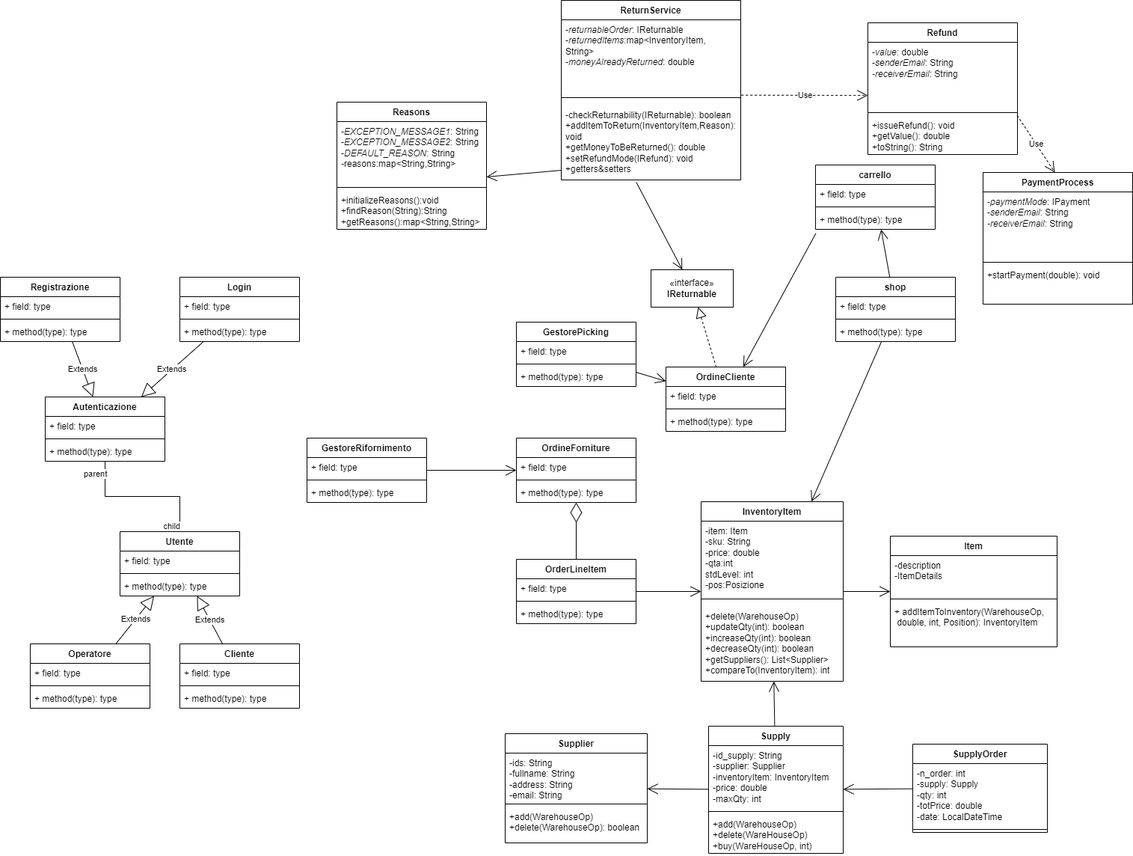
This is doc/Diagramma delle classi/Diagramma delle classi _iterazione2_.png from IngSW-unipv/Progetto-J24, a draw.io export, as it was before one commit. Source tidied: cells renumbered, new cells last; positions are measured from the earlier drawing's top-left corner, leaving out a move shared by most shapes.
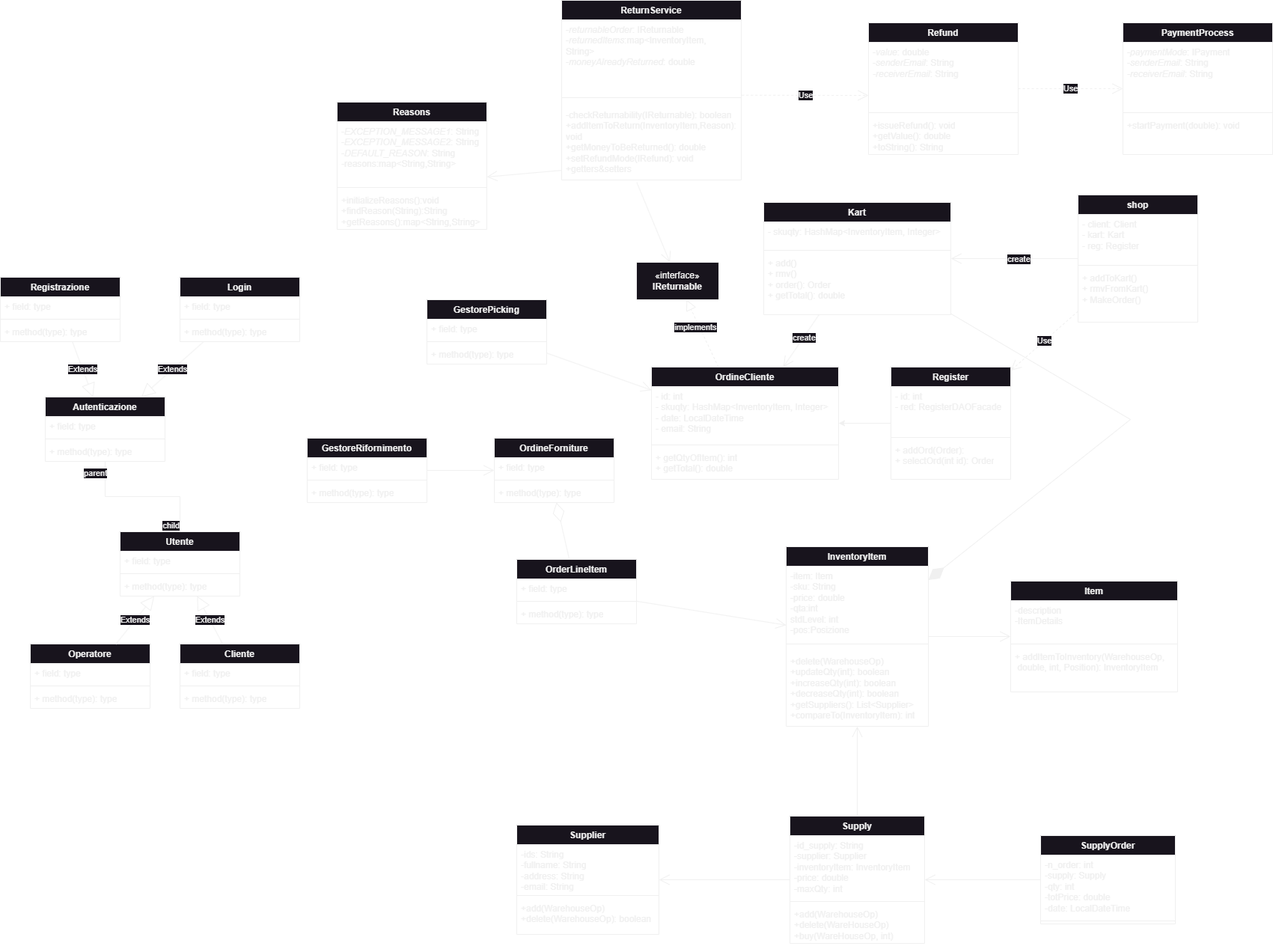
The same diagram one commit later.

The edit, as a diff of the source:
```diff
@@ -3,7 +3,7 @@
     <mxCell id="0" />
     <mxCell id="1" parent="0" />
     <mxCell id="2" value="Supplier" style="swimlane;fontStyle=1;align=center;verticalAlign=top;horizontal=1;startSize=26;whiteSpace=wrap;html=1;" parent="1" vertex="1">
-      <mxGeometry x="675" y="980" width="190" height="146" as="geometry" />
+      <mxGeometry x="690" y="1102" width="190" height="146" as="geometry" />
     </mxCell>
     <mxCell id="3" value="-ids: String&lt;div&gt;-fullname: String&lt;/div&gt;&lt;div&gt;-address: String&lt;/div&gt;&lt;div&gt;-email: String&lt;/div&gt;" style="text;strokeColor=none;fillColor=none;align=left;verticalAlign=top;spacingLeft=4;spacingRight=4;overflow=hidden;whiteSpace=wrap;html=1;" parent="2" vertex="1">
       <mxGeometry y="26" width="190" height="64" as="geometry" />
@@ -15,7 +15,7 @@
       <mxGeometry y="98" width="190" height="48" as="geometry" />
     </mxCell>
     <mxCell id="6" value="OrdineForniture" style="swimlane;fontStyle=1;align=center;verticalAlign=top;horizontal=1;startSize=26;whiteSpace=wrap;html=1;" parent="1" vertex="1">
-      <mxGeometry x="690" y="585" width="160" height="86" as="geometry" />
+      <mxGeometry x="660" y="585" width="160" height="86" as="geometry" />
     </mxCell>
     <mxCell id="7" value="+ field: type" style="text;strokeColor=none;fillColor=none;align=left;verticalAlign=top;spacingLeft=4;spacingRight=4;overflow=hidden;whiteSpace=wrap;html=1;" parent="6" vertex="1">
       <mxGeometry y="26" width="160" height="26" as="geometry" />
@@ -27,7 +27,7 @@
       <mxGeometry y="60" width="160" height="26" as="geometry" />
     </mxCell>
     <mxCell id="10" value="Item" style="swimlane;fontStyle=1;align=center;verticalAlign=top;horizontal=1;startSize=26;whiteSpace=wrap;html=1;" parent="1" vertex="1">
-      <mxGeometry x="1190" y="716" width="223" height="148" as="geometry" />
+      <mxGeometry x="1350" y="776" width="223" height="148" as="geometry" />
     </mxCell>
     <mxCell id="11" value="-description&lt;div&gt;-ItemDetails&lt;/div&gt;" style="text;strokeColor=none;fillColor=none;align=left;verticalAlign=top;spacingLeft=4;spacingRight=4;overflow=hidden;whiteSpace=wrap;html=1;" parent="10" vertex="1">
       <mxGeometry y="26" width="223" height="54" as="geometry" />
@@ -69,7 +69,7 @@
       <mxGeometry y="60" width="160" height="26" as="geometry" />
     </mxCell>
     <mxCell id="24" value="InventoryItem" style="swimlane;fontStyle=1;align=center;verticalAlign=top;horizontal=1;startSize=26;whiteSpace=wrap;html=1;" parent="1" vertex="1">
-      <mxGeometry x="937" y="670" width="190" height="240" as="geometry" />
+      <mxGeometry x="1050" y="730" width="190" height="240" as="geometry" />
     </mxCell>
     <mxCell id="25" value="-item: Item&lt;div&gt;-sku: String&lt;/div&gt;&lt;div&gt;-price: double&lt;br&gt;&lt;div&gt;-qta:int&lt;/div&gt;&lt;div&gt;stdLevel: int&lt;/div&gt;&lt;div&gt;-pos:Posizione&lt;/div&gt;&lt;div&gt;&lt;br&gt;&lt;/div&gt;&lt;div&gt;&lt;br&gt;&lt;/div&gt;&lt;/div&gt;" style="text;strokeColor=none;fillColor=none;align=left;verticalAlign=top;spacingLeft=4;spacingRight=4;overflow=hidden;whiteSpace=wrap;html=1;" parent="24" vertex="1">
       <mxGeometry y="26" width="190" height="94" as="geometry" />
@@ -84,52 +84,57 @@
       <mxGeometry relative="1" as="geometry" />
     </mxCell>
     <mxCell id="29" value="shop" style="swimlane;fontStyle=1;align=center;verticalAlign=top;horizontal=1;startSize=26;whiteSpace=wrap;html=1;" parent="1" vertex="1">
-      <mxGeometry x="1117" y="370" width="160" height="86" as="geometry" />
+      <mxGeometry x="1440" y="260" width="160" height="170" as="geometry" />
     </mxCell>
-    <mxCell id="30" value="+ field: type" style="text;strokeColor=none;fillColor=none;align=left;verticalAlign=top;spacingLeft=4;spacingRight=4;overflow=hidden;whiteSpace=wrap;html=1;" parent="29" vertex="1">
-      <mxGeometry y="26" width="160" height="26" as="geometry" />
+    <mxCell id="30" value="- client: Client&lt;br&gt;- kart: Kart&lt;br&gt;- reg: Register" style="text;strokeColor=none;fillColor=none;align=left;verticalAlign=top;spacingLeft=4;spacingRight=4;overflow=hidden;whiteSpace=wrap;html=1;" parent="29" vertex="1">
+      <mxGeometry y="26" width="160" height="64" as="geometry" />
     </mxCell>
     <mxCell id="31" style="line;strokeWidth=1;fillColor=none;align=left;verticalAlign=middle;spacingTop=-1;spacingLeft=3;spacingRight=3;labelPosition=right;strokeColor=inherit;" parent="29" vertex="1">
-      <mxGeometry y="52" width="160" height="8" as="geometry" />
+      <mxGeometry y="90" width="160" height="8" as="geometry" />
     </mxCell>
-    <mxCell id="32" value="+ method(type): type" style="text;strokeColor=none;fillColor=none;align=left;verticalAlign=top;spacingLeft=4;spacingRight=4;overflow=hidden;whiteSpace=wrap;html=1;" parent="29" vertex="1">
-      <mxGeometry y="60" width="160" height="26" as="geometry" />
+    <mxCell id="32" value="+ addToKart()&lt;br&gt;+ rmvFromKart()&lt;br&gt;+ MakeOrder()" style="text;strokeColor=none;fillColor=none;align=left;verticalAlign=top;spacingLeft=4;spacingRight=4;overflow=hidden;whiteSpace=wrap;html=1;" parent="29" vertex="1">
+      <mxGeometry y="98" width="160" height="72" as="geometry" />
     </mxCell>
-    <mxCell id="33" value="carrello" style="swimlane;fontStyle=1;align=center;verticalAlign=top;horizontal=1;startSize=26;whiteSpace=wrap;html=1;" parent="1" vertex="1">
-      <mxGeometry x="1090" y="220" width="160" height="86" as="geometry" />
+    <mxCell id="33" value="Kart" style="swimlane;fontStyle=1;align=center;verticalAlign=top;horizontal=1;startSize=26;whiteSpace=wrap;html=1;" parent="1" vertex="1">
+      <mxGeometry x="1020" y="270" width="250" height="150" as="geometry" />
     </mxCell>
-    <mxCell id="34" value="+ field: type" style="text;strokeColor=none;fillColor=none;align=left;verticalAlign=top;spacingLeft=4;spacingRight=4;overflow=hidden;whiteSpace=wrap;html=1;" parent="33" vertex="1">
-      <mxGeometry y="26" width="160" height="26" as="geometry" />
+    <mxCell id="34" value="- skuqty: HashMap&amp;lt;InventoryItem, Integer&amp;gt;" style="text;strokeColor=none;fillColor=none;align=left;verticalAlign=top;spacingLeft=4;spacingRight=4;overflow=hidden;whiteSpace=wrap;html=1;" parent="33" vertex="1">
+      <mxGeometry y="26" width="250" height="34" as="geometry" />
     </mxCell>
     <mxCell id="35" style="line;strokeWidth=1;fillColor=none;align=left;verticalAlign=middle;spacingTop=-1;spacingLeft=3;spacingRight=3;labelPosition=right;strokeColor=inherit;" parent="33" vertex="1">
-      <mxGeometry y="52" width="160" height="8" as="geometry" />
+      <mxGeometry y="60" width="250" height="8" as="geometry" />
     </mxCell>
-    <mxCell id="36" value="+ method(type): type" style="text;strokeColor=none;fillColor=none;align=left;verticalAlign=top;spacingLeft=4;spacingRight=4;overflow=hidden;points=[[0,0.5],[1,0.5]];portConstraint=eastwest;whiteSpace=wrap;html=1;" parent="33" vertex="1">
-      <mxGeometry y="60" width="160" height="26" as="geometry" />
+    <mxCell id="36" value="+ add()&lt;br&gt;+ rmv()&lt;br&gt;+ order(): Order&lt;br&gt;+ getTotal(): double" style="text;strokeColor=none;fillColor=none;align=left;verticalAlign=top;spacingLeft=4;spacingRight=4;overflow=hidden;points=[[0,0.5],[1,0.5]];portConstraint=eastwest;whiteSpace=wrap;html=1;" parent="33" vertex="1">
+      <mxGeometry y="68" width="250" height="82" as="geometry" />
     </mxCell>
     <mxCell id="37" value="OrdineCliente" style="swimlane;fontStyle=1;align=center;verticalAlign=top;horizontal=1;startSize=26;whiteSpace=wrap;html=1;" parent="1" vertex="1">
-      <mxGeometry x="890" y="490" width="160" height="86" as="geometry" />
+      <mxGeometry x="870" y="490" width="250" height="150" as="geometry" />
     </mxCell>
-    <mxCell id="38" value="+ field: type" style="text;strokeColor=none;fillColor=none;align=left;verticalAlign=top;spacingLeft=4;spacingRight=4;overflow=hidden;whiteSpace=wrap;html=1;" parent="37" vertex="1">
-      <mxGeometry y="26" width="160" height="26" as="geometry" />
+    <mxCell id="38" value="- id: int&lt;br&gt;- skuqty: HashMap&amp;lt;InventoryItem, Integer&amp;gt;&lt;br&gt;- date: LocalDateTime&lt;br&gt;- email: String" style="text;strokeColor=none;fillColor=none;align=left;verticalAlign=top;spacingLeft=4;spacingRight=4;overflow=hidden;whiteSpace=wrap;html=1;" parent="37" vertex="1">
+      <mxGeometry y="26" width="250" height="74" as="geometry" />
     </mxCell>
     <mxCell id="39" style="line;strokeWidth=1;fillColor=none;align=left;verticalAlign=middle;spacingTop=-1;spacingLeft=3;spacingRight=3;labelPosition=right;strokeColor=inherit;" parent="37" vertex="1">
-      <mxGeometry y="52" width="160" height="8" as="geometry" />
+      <mxGeometry y="100" width="250" height="8" as="geometry" />
     </mxCell>
-    <mxCell id="40" value="+ method(type): type" style="text;strokeColor=none;fillColor=none;align=left;verticalAlign=top;spacingLeft=4;spacingRight=4;overflow=hidden;whiteSpace=wrap;html=1;" parent="37" vertex="1">
-      <mxGeometry y="60" width="160" height="26" as="geometry" />
+    <mxCell id="40" value="+ getQtyOfItem(): int&lt;br&gt;+ getTotal(): double" style="text;strokeColor=none;fillColor=none;align=left;verticalAlign=top;spacingLeft=4;spacingRight=4;overflow=hidden;whiteSpace=wrap;html=1;" parent="37" vertex="1">
+      <mxGeometry y="108" width="250" height="42" as="geometry" />
     </mxCell>
     <mxCell id="41" style="endArrow=open;endFill=1;endSize=12;html=1;rounded=0;" parent="1" edge="1" source="29" target="33">
       <mxGeometry relative="1" as="geometry" />
     </mxCell>
+    <mxCell id="113" value="create" style="edgeLabel;html=1;align=center;verticalAlign=middle;" parent="41" vertex="1">
+      <mxGeometry x="-0.02" y="5" relative="1" as="geometry">
+        <mxPoint x="3" y="-5" as="offset" />
+      </mxGeometry>
+    </mxCell>
-    <mxCell id="42" style="endArrow=open;endFill=1;endSize=12;html=1;rounded=0;exitX=0.002;exitY=1.214;exitDx=0;exitDy=0;exitPerimeter=0;" parent="1" edge="1" source="36" target="37">
+    <mxCell id="42" style="endArrow=open;endFill=1;endSize=12;html=1;rounded=0;" parent="1" edge="1" source="33" target="37">
       <mxGeometry relative="1" as="geometry" />
     </mxCell>
-    <mxCell id="43" style="endArrow=open;endFill=1;endSize=12;html=1;rounded=0;" parent="1" edge="1" source="29" target="24">
-      <mxGeometry relative="1" as="geometry" />
-    </mxCell>
+    <mxCell id="114" value="create" style="edgeLabel;html=1;align=center;verticalAlign=middle;" parent="42" vertex="1">
+      <mxGeometry x="-0.13" relative="1" as="geometry" />
+    </mxCell>
     <mxCell id="44" value="GestorePicking" style="swimlane;fontStyle=1;align=center;verticalAlign=top;horizontal=1;startSize=26;whiteSpace=wrap;html=1;" parent="1" vertex="1">
-      <mxGeometry x="690" y="430" width="160" height="86" as="geometry" />
+      <mxGeometry x="570" y="400" width="160" height="86" as="geometry" />
     </mxCell>
     <mxCell id="45" value="+ field: type" style="text;strokeColor=none;fillColor=none;align=left;verticalAlign=top;spacingLeft=4;spacingRight=4;overflow=hidden;whiteSpace=wrap;html=1;" parent="44" vertex="1">
       <mxGeometry y="26" width="160" height="26" as="geometry" />
@@ -144,13 +149,14 @@
       <mxGeometry relative="1" as="geometry" />
     </mxCell>
     <mxCell id="49" value="«interface»&lt;br&gt;&lt;b&gt;IReturnable&lt;/b&gt;" style="html=1;whiteSpace=wrap;" parent="1" vertex="1">
-      <mxGeometry x="870" y="360" width="110" height="50" as="geometry" />
+      <mxGeometry x="850" y="350" width="110" height="50" as="geometry" />
     </mxCell>
-    <mxCell id="50" style="endArrow=block;dashed=1;endFill=0;endSize=12;html=1;rounded=0;" parent="1" edge="1" source="37">
-      <mxGeometry relative="1" as="geometry">
-        <mxPoint x="933" y="410" as="targetPoint" />
-      </mxGeometry>
+    <mxCell id="50" style="endArrow=block;dashed=1;endFill=0;endSize=12;html=1;rounded=0;" parent="1" edge="1" source="37" target="49">
+      <mxGeometry relative="1" as="geometry" />
     </mxCell>
+    <mxCell id="115" value="implements" style="edgeLabel;html=1;align=center;verticalAlign=middle;" parent="50" vertex="1">
+      <mxGeometry x="0.25" y="5" relative="1" as="geometry" />
+    </mxCell>
     <mxCell id="51" style="endArrow=open;endFill=1;endSize=12;html=1;rounded=0;exitX=0.418;exitY=1.031;exitDx=0;exitDy=0;exitPerimeter=0;" parent="1" edge="1" source="98" target="49">
       <mxGeometry relative="1" as="geometry" />
     </mxCell>
@@ -259,7 +265,7 @@
       <mxGeometry relative="1" as="geometry" />
     </mxCell>
     <mxCell id="85" value="Supply" style="swimlane;fontStyle=1;align=center;verticalAlign=top;horizontal=1;startSize=26;whiteSpace=wrap;html=1;" parent="1" vertex="1">
-      <mxGeometry x="947" y="970" width="180" height="170" as="geometry" />
+      <mxGeometry x="1055" y="1090" width="180" height="170" as="geometry" />
     </mxCell>
     <mxCell id="86" value="-id_supply: String&lt;div&gt;-supplier: Supplier&lt;/div&gt;&lt;div&gt;-inventoryItem: InventoryItem&lt;/div&gt;&lt;div&gt;-price: double&lt;/div&gt;&lt;div&gt;-maxQty: int&lt;/div&gt;" style="text;strokeColor=none;fillColor=none;align=left;verticalAlign=top;spacingLeft=4;spacingRight=4;overflow=hidden;whiteSpace=wrap;html=1;" parent="85" vertex="1">
       <mxGeometry y="26" width="180" height="84" as="geometry" />
@@ -277,7 +283,7 @@
       <mxGeometry relative="1" as="geometry" />
     </mxCell>
     <mxCell id="91" value="SupplyOrder" style="swimlane;fontStyle=1;align=center;verticalAlign=top;horizontal=1;startSize=26;whiteSpace=wrap;html=1;" parent="1" vertex="1">
-      <mxGeometry x="1220" y="994" width="180" height="118" as="geometry" />
+      <mxGeometry x="1390" y="1116" width="180" height="118" as="geometry" />
     </mxCell>
     <mxCell id="92" value="-n_order: int&lt;div&gt;-supply: Supply&lt;/div&gt;&lt;div&gt;-qty: int&lt;/div&gt;&lt;div&gt;-totPrice: double&lt;/div&gt;&lt;div&gt;-date: LocalDateTime&lt;/div&gt;" style="text;strokeColor=none;fillColor=none;align=left;verticalAlign=top;spacingLeft=4;spacingRight=4;overflow=hidden;whiteSpace=wrap;html=1;" parent="91" vertex="1">
       <mxGeometry y="26" width="180" height="84" as="geometry" />
@@ -329,13 +335,11 @@
     <mxCell id="107" value="+issueRefund(): void&lt;div&gt;+getValue(): double&lt;/div&gt;&lt;div&gt;+toString(): String&lt;/div&gt;" style="text;strokeColor=none;fillColor=none;align=left;verticalAlign=top;spacingLeft=4;spacingRight=4;overflow=hidden;points=[[0,0.5],[1,0.5]];portConstraint=eastwest;whiteSpace=wrap;html=1;" parent="104" vertex="1">
       <mxGeometry y="124" width="200" height="52" as="geometry" />
     </mxCell>
-    <mxCell id="108" value="Use" style="endArrow=open;endSize=12;dashed=1;html=1;rounded=0;exitX=0.998;exitY=-0.006;exitDx=0;exitDy=0;exitPerimeter=0;" parent="1" edge="1" source="107">
-      <mxGeometry relative="1" as="geometry">
-        <mxPoint x="1410" y="230" as="targetPoint" />
-      </mxGeometry>
+    <mxCell id="108" value="Use" style="endArrow=open;endSize=12;dashed=1;html=1;rounded=0;" parent="1" edge="1" source="104" target="109">
+      <mxGeometry relative="1" as="geometry" />
     </mxCell>
     <mxCell id="109" value="PaymentProcess" style="swimlane;fontStyle=1;align=center;verticalAlign=top;horizontal=1;startSize=26;whiteSpace=wrap;html=1;" parent="1" vertex="1">
-      <mxGeometry x="1314" y="230" width="200" height="176" as="geometry" />
+      <mxGeometry x="1500" y="30" width="200" height="176" as="geometry" />
     </mxCell>
     <mxCell id="110" value="&lt;div&gt;-&lt;i&gt;paymentMode&lt;/i&gt;: IPayment&lt;/div&gt;&lt;div&gt;-&lt;i&gt;senderEmail&lt;/i&gt;: String&lt;br&gt;&lt;/div&gt;&lt;div&gt;&lt;div&gt;&lt;span style=&quot;background-color: initial;&quot;&gt;&lt;i&gt;-receiverEmail&lt;/i&gt;: String&lt;/span&gt;&lt;/div&gt;&lt;/div&gt;&lt;div&gt;&lt;br&gt;&lt;/div&gt;" style="text;strokeColor=none;fillColor=none;align=left;verticalAlign=top;spacingLeft=4;spacingRight=4;overflow=hidden;whiteSpace=wrap;html=1;" parent="109" vertex="1">
       <mxGeometry y="26" width="200" height="90" as="geometry" />
@@ -346,5 +350,30 @@
     <mxCell id="112" value="+startPayment(double): void&lt;div&gt;&lt;br&gt;&lt;/div&gt;" style="text;strokeColor=none;fillColor=none;align=left;verticalAlign=top;spacingLeft=4;spacingRight=4;overflow=hidden;whiteSpace=wrap;html=1;" parent="109" vertex="1">
       <mxGeometry y="124" width="200" height="52" as="geometry" />
     </mxCell>
+    <mxCell id="116" style="edgeStyle=orthogonalEdgeStyle;rounded=0;jettySize=auto;html=1;" parent="1" edge="1" source="117" target="37">
+      <mxGeometry relative="1" as="geometry" />
+    </mxCell>
+    <mxCell id="117" value="Register" style="swimlane;fontStyle=1;align=center;verticalAlign=top;horizontal=1;startSize=26;whiteSpace=wrap;html=1;" parent="1" vertex="1">
+      <mxGeometry x="1190" y="490" width="160" height="150" as="geometry" />
+    </mxCell>
+    <mxCell id="118" value="- id: int&lt;br&gt;- red: RegisterDAOFacade" style="text;strokeColor=none;fillColor=none;align=left;verticalAlign=top;spacingLeft=4;spacingRight=4;overflow=hidden;whiteSpace=wrap;html=1;" parent="117" vertex="1">
+      <mxGeometry y="26" width="160" height="64" as="geometry" />
+    </mxCell>
+    <mxCell id="119" style="line;strokeWidth=1;fillColor=none;align=left;verticalAlign=middle;spacingTop=-1;spacingLeft=3;spacingRight=3;labelPosition=right;strokeColor=inherit;" parent="117" vertex="1">
+      <mxGeometry y="90" width="160" height="8" as="geometry" />
+    </mxCell>
+    <mxCell id="120" value="+ addOrd(Order):&amp;nbsp;&lt;br&gt;+ selectOrd(int id): Order&lt;br&gt;" style="text;strokeColor=none;fillColor=none;align=left;verticalAlign=top;spacingLeft=4;spacingRight=4;overflow=hidden;whiteSpace=wrap;html=1;" parent="117" vertex="1">
+      <mxGeometry y="98" width="160" height="52" as="geometry" />
+    </mxCell>
+    <mxCell id="121" value="Use" style="endArrow=open;endSize=12;dashed=1;html=1;rounded=0;" parent="1" edge="1" source="29" target="117">
+      <mxGeometry relative="1" as="geometry" />
+    </mxCell>
+    <mxCell id="122" style="endArrow=diamondThin;endFill=1;endSize=24;html=1;rounded=0;" parent="1" edge="1" source="33" target="24">
+      <mxGeometry relative="1" as="geometry">
+        <Array as="points">
+          <mxPoint x="1510" y="560" />
+        </Array>
+      </mxGeometry>
+    </mxCell>
   </root>
 </mxGraphModel>
```
